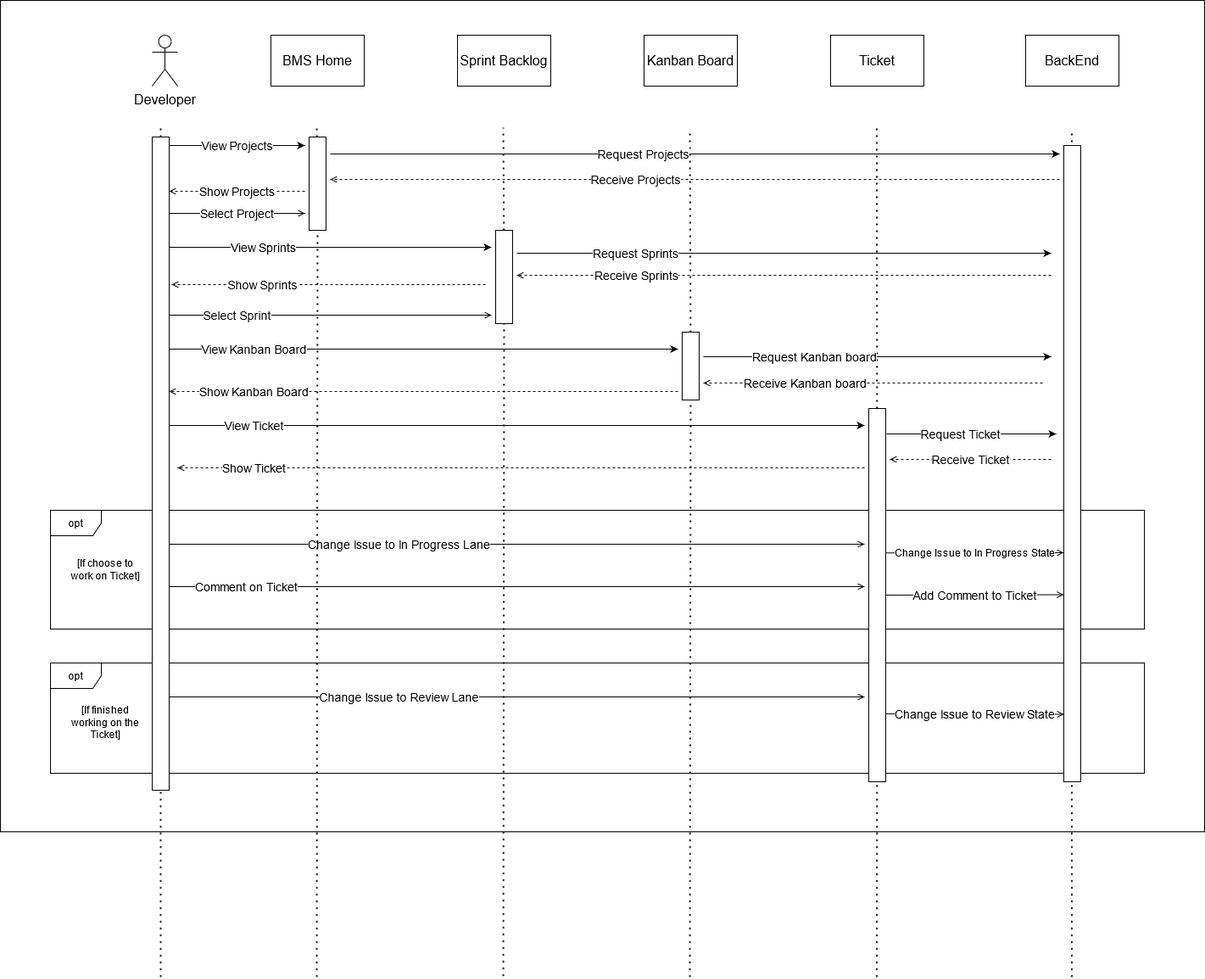
The draw.io diagram Sequence Diagrams/SequenceBMSDeveloper.png in DiWeera98/IN2900Docs, before a commit. Source tidied: cells renumbered, new cells last; positions are measured from the earlier drawing's top-left corner, leaving out a move shared by most shapes.
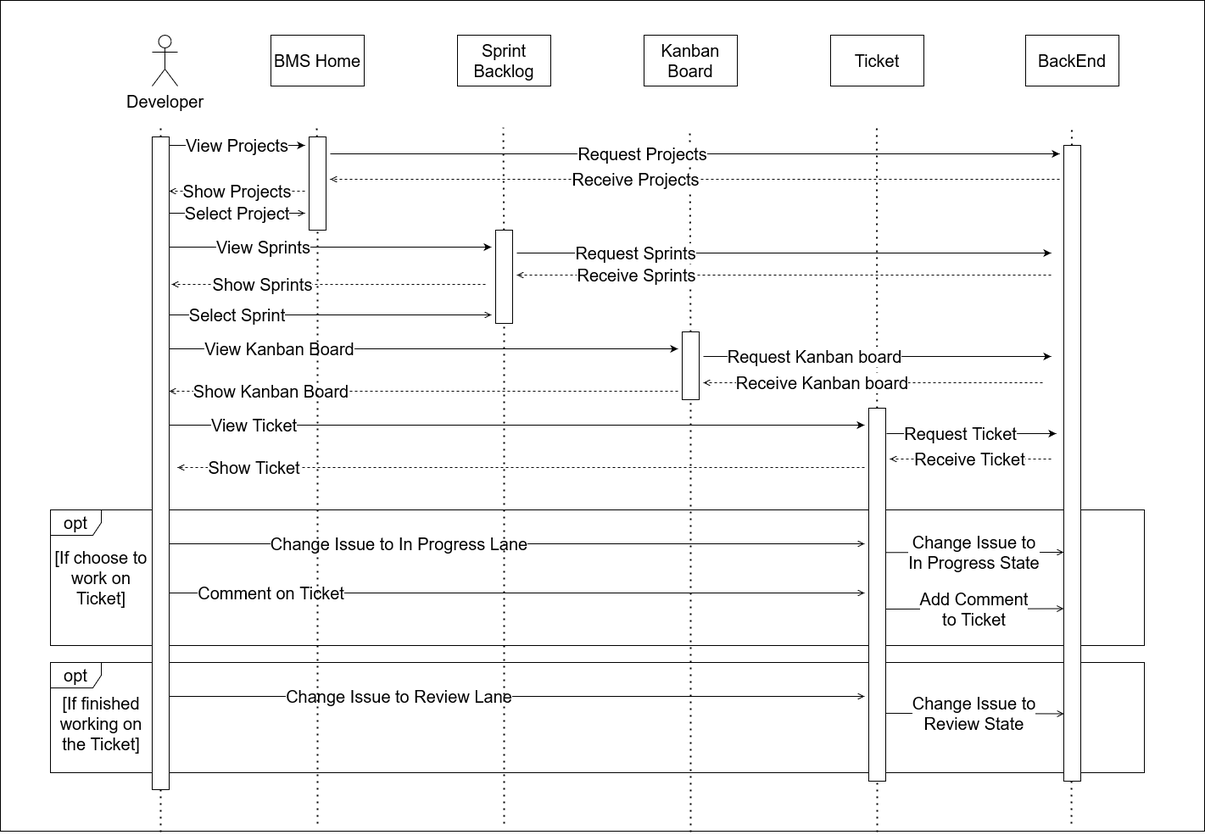
After the commit.

Diff of the diagram source:
```diff
@@ -4,24 +4,24 @@
     <mxCell id="1" parent="0" />
-    <mxCell id="2" style="rounded=0;whiteSpace=wrap;html=1;fontSize=14;" parent="1" vertex="1">
+    <mxCell id="2" style="rounded=0;whiteSpace=wrap;html=1;fontSize=20;" parent="1" vertex="1">
       <mxGeometry width="1420" height="980" as="geometry" />
     </mxCell>
-    <mxCell id="3" value="opt" style="shape=umlFrame;whiteSpace=wrap;html=1;" parent="1" vertex="1">
-      <mxGeometry x="59" y="601" width="1290" height="140" as="geometry" />
+    <mxCell id="3" value="opt" style="shape=umlFrame;whiteSpace=wrap;html=1;fontSize=20;" parent="1" vertex="1">
+      <mxGeometry x="59" y="601" width="1290" height="160" as="geometry" />
     </mxCell>
-    <mxCell id="4" value="Developer" style="shape=umlActor;verticalLabelPosition=bottom;verticalAlign=top;html=1;fontSize=16;" parent="1" vertex="1">
+    <mxCell id="4" value="Developer" style="shape=umlActor;verticalLabelPosition=bottom;verticalAlign=top;html=1;fontSize=20;" parent="1" vertex="1">
       <mxGeometry x="179" y="41" width="30" height="60" as="geometry" />
     </mxCell>
-    <mxCell id="5" value="BMS Home" style="rounded=0;whiteSpace=wrap;html=1;fontSize=16;" parent="1" vertex="1">
+    <mxCell id="5" value="BMS Home" style="rounded=0;whiteSpace=wrap;html=1;fontSize=20;" parent="1" vertex="1">
       <mxGeometry x="319" y="41" width="110" height="60" as="geometry" />
     </mxCell>
-    <mxCell id="6" value="Sprint Backlog" style="rounded=0;whiteSpace=wrap;html=1;fontSize=16;" parent="1" vertex="1">
+    <mxCell id="6" value="Sprint Backlog" style="rounded=0;whiteSpace=wrap;html=1;fontSize=20;" parent="1" vertex="1">
       <mxGeometry x="539" y="41" width="110" height="60" as="geometry" />
     </mxCell>
-    <mxCell id="7" value="Kanban Board" style="rounded=0;whiteSpace=wrap;html=1;fontSize=16;" parent="1" vertex="1">
+    <mxCell id="7" value="Kanban Board" style="rounded=0;whiteSpace=wrap;html=1;fontSize=20;" parent="1" vertex="1">
       <mxGeometry x="759" y="41" width="110" height="60" as="geometry" />
     </mxCell>
-    <mxCell id="8" value="Ticket" style="rounded=0;whiteSpace=wrap;html=1;fontSize=16;" parent="1" vertex="1">
+    <mxCell id="8" value="Ticket" style="rounded=0;whiteSpace=wrap;html=1;fontSize=20;" parent="1" vertex="1">
       <mxGeometry x="979" y="41" width="110" height="60" as="geometry" />
     </mxCell>
-    <mxCell id="9" style="endArrow=none;dashed=1;html=1;dashPattern=1 3;strokeWidth=2;" parent="1" edge="1" source="43">
+    <mxCell id="9" style="endArrow=none;dashed=1;html=1;dashPattern=1 3;strokeWidth=2;fontSize=20;" parent="1" edge="1" source="43">
       <mxGeometry relative="1" as="geometry">
@@ -30,3 +30,3 @@
     </mxCell>
-    <mxCell id="10" style="endArrow=none;dashed=1;html=1;dashPattern=1 3;strokeWidth=2;" parent="1" edge="1" source="45">
+    <mxCell id="10" style="endArrow=none;dashed=1;html=1;dashPattern=1 3;strokeWidth=2;fontSize=20;" parent="1" edge="1" source="45">
       <mxGeometry relative="1" as="geometry">
@@ -35,3 +35,3 @@
     </mxCell>
-    <mxCell id="11" style="endArrow=none;dashed=1;html=1;dashPattern=1 3;strokeWidth=2;" parent="1" edge="1" source="47">
+    <mxCell id="11" style="endArrow=none;dashed=1;html=1;dashPattern=1 3;strokeWidth=2;fontSize=20;" parent="1" edge="1" source="47">
       <mxGeometry relative="1" as="geometry">
@@ -40,3 +40,3 @@
     </mxCell>
-    <mxCell id="12" style="endArrow=none;dashed=1;html=1;dashPattern=1 3;strokeWidth=2;" parent="1" edge="1" source="49">
+    <mxCell id="12" style="endArrow=none;dashed=1;html=1;dashPattern=1 3;strokeWidth=2;fontSize=20;" parent="1" edge="1" source="49">
       <mxGeometry relative="1" as="geometry">
@@ -45,3 +45,3 @@
     </mxCell>
-    <mxCell id="13" style="endArrow=none;dashed=1;html=1;dashPattern=1 3;strokeWidth=2;" parent="1" edge="1" source="51">
+    <mxCell id="13" style="endArrow=none;dashed=1;html=1;dashPattern=1 3;strokeWidth=2;fontSize=20;" parent="1" edge="1" source="51">
       <mxGeometry relative="1" as="geometry">
@@ -50,3 +50,3 @@
     </mxCell>
-    <mxCell id="14" value="View Projects" style="endArrow=classic;html=1;fontSize=14;" parent="1" edge="1">
+    <mxCell id="14" value="View Projects" style="endArrow=classic;html=1;fontSize=20;" parent="1" edge="1">
       <mxGeometry relative="1" as="geometry">
@@ -56,3 +56,3 @@
     </mxCell>
-    <mxCell id="15" value="Request Projects" style="endArrow=classic;html=1;fontSize=14;" parent="1" edge="1">
+    <mxCell id="15" value="Request Projects" style="endArrow=classic;html=1;fontSize=20;" parent="1" edge="1">
       <mxGeometry x="-0.14" relative="1" as="geometry">
@@ -62,3 +62,3 @@
     </mxCell>
-    <mxCell id="16" value="Receive Projects" style="endArrow=open;html=1;dashed=1;endFill=0;fontSize=14;" parent="1" edge="1">
+    <mxCell id="16" value="Receive Projects" style="endArrow=open;html=1;dashed=1;endFill=0;fontSize=20;" parent="1" edge="1">
       <mxGeometry x="0.16" relative="1" as="geometry">
@@ -68,3 +68,3 @@
     </mxCell>
-    <mxCell id="17" value="Show Projects" style="endArrow=open;html=1;dashed=1;endFill=0;fontSize=14;" parent="1" edge="1">
+    <mxCell id="17" value="Show Projects" style="endArrow=open;html=1;dashed=1;endFill=0;fontSize=20;" parent="1" edge="1">
       <mxGeometry relative="1" as="geometry">
@@ -74,3 +74,3 @@
     </mxCell>
-    <mxCell id="18" value="Select Project" style="endArrow=open;html=1;endFill=0;fontSize=14;" parent="1" edge="1">
+    <mxCell id="18" value="Select Project" style="endArrow=open;html=1;endFill=0;fontSize=20;" parent="1" edge="1">
       <mxGeometry relative="1" as="geometry">
@@ -80,3 +80,3 @@
     </mxCell>
-    <mxCell id="19" value="View Sprints" style="endArrow=classic;html=1;fontSize=14;" parent="1" edge="1">
+    <mxCell id="19" value="View Sprints" style="endArrow=classic;html=1;fontSize=20;" parent="1" edge="1">
       <mxGeometry x="-0.42" relative="1" as="geometry">
@@ -87,3 +87,3 @@
     </mxCell>
-    <mxCell id="20" value="Request Sprints" style="endArrow=classic;html=1;fontSize=14;" parent="1" edge="1">
+    <mxCell id="20" value="Request Sprints" style="endArrow=classic;html=1;fontSize=20;" parent="1" edge="1">
       <mxGeometry x="-0.56" relative="1" as="geometry">
@@ -93,3 +93,3 @@
     </mxCell>
-    <mxCell id="21" value="Receive Sprints" style="endArrow=open;html=1;dashed=1;endFill=0;fontSize=14;" parent="1" edge="1">
+    <mxCell id="21" value="Receive Sprints" style="endArrow=open;html=1;dashed=1;endFill=0;fontSize=20;" parent="1" edge="1">
       <mxGeometry x="0.56" relative="1" as="geometry">
@@ -100,3 +100,3 @@
     </mxCell>
-    <mxCell id="22" value="Show Sprints" style="endArrow=open;html=1;dashed=1;endFill=0;fontSize=14;" parent="1" edge="1">
+    <mxCell id="22" value="Show Sprints" style="endArrow=open;html=1;dashed=1;endFill=0;fontSize=20;" parent="1" edge="1">
       <mxGeometry x="0.41" relative="1" as="geometry">
@@ -107,3 +107,3 @@
     </mxCell>
-    <mxCell id="23" value="Select Sprint" style="endArrow=open;html=1;endFill=0;fontSize=14;" parent="1" edge="1">
+    <mxCell id="23" value="Select Sprint" style="endArrow=open;html=1;endFill=0;fontSize=20;" parent="1" edge="1">
       <mxGeometry x="-0.58" relative="1" as="geometry">
@@ -113,4 +113,4 @@
     </mxCell>
-    <mxCell id="24" value="View Kanban Board" style="endArrow=classic;html=1;fontSize=14;" parent="1" edge="1">
-      <mxGeometry x="-0.67" relative="1" as="geometry">
+    <mxCell id="24" value="View Kanban Board" style="endArrow=classic;html=1;fontSize=20;" parent="1" edge="1">
+      <mxGeometry x="-0.57" relative="1" as="geometry">
         <mxPoint x="199" y="411" as="sourcePoint" />
@@ -119,3 +119,3 @@
     </mxCell>
-    <mxCell id="25" value="Request Kanban board" style="endArrow=classic;html=1;fontSize=14;" parent="1" edge="1">
+    <mxCell id="25" value="Request Kanban board" style="endArrow=classic;html=1;fontSize=20;" parent="1" edge="1">
       <mxGeometry x="-0.37" relative="1" as="geometry">
@@ -126,4 +126,4 @@
     </mxCell>
-    <mxCell id="26" value="Receive Kanban board" style="endArrow=open;html=1;dashed=1;endFill=0;fontSize=14;" parent="1" edge="1">
-      <mxGeometry x="0.4" relative="1" as="geometry">
+    <mxCell id="26" value="Receive Kanban board" style="endArrow=open;html=1;dashed=1;endFill=0;fontSize=20;" parent="1" edge="1">
+      <mxGeometry x="0.3" relative="1" as="geometry">
         <mxPoint x="1229" y="451" as="sourcePoint" />
@@ -132,4 +132,4 @@
     </mxCell>
-    <mxCell id="27" value="Show Kanban Board" style="endArrow=open;html=1;dashed=1;endFill=0;fontSize=14;" parent="1" edge="1">
-      <mxGeometry x="0.67" relative="1" as="geometry">
+    <mxCell id="27" value="Show Kanban Board" style="endArrow=open;html=1;dashed=1;endFill=0;fontSize=20;" parent="1" edge="1">
+      <mxGeometry x="0.6" relative="1" as="geometry">
         <mxPoint x="799" y="461" as="sourcePoint" />
@@ -138,8 +138,8 @@
     </mxCell>
-    <mxCell id="28" value="BackEnd" style="rounded=0;whiteSpace=wrap;html=1;fontSize=16;" parent="1" vertex="1">
+    <mxCell id="28" value="BackEnd" style="rounded=0;whiteSpace=wrap;html=1;fontSize=20;" parent="1" vertex="1">
       <mxGeometry x="1209" y="41" width="110" height="60" as="geometry" />
     </mxCell>
-    <mxCell id="29" style="endArrow=none;dashed=1;html=1;dashPattern=1 3;strokeWidth=2;" parent="1" edge="1">
+    <mxCell id="29" style="endArrow=none;dashed=1;html=1;dashPattern=1 3;strokeWidth=2;fontSize=20;" parent="1" edge="1">
       <mxGeometry relative="1" as="geometry">
-        <mxPoint x="1263.4" y="1151" as="sourcePoint" />
+        <mxPoint x="1263" y="971" as="sourcePoint" />
         <mxPoint x="1263.4" y="151" as="targetPoint" />
@@ -147,3 +147,3 @@
     </mxCell>
-    <mxCell id="30" value="View Ticket" style="endArrow=classic;html=1;fontSize=14;" parent="1" edge="1">
+    <mxCell id="30" value="View Ticket" style="endArrow=classic;html=1;fontSize=20;" parent="1" edge="1">
       <mxGeometry x="-0.76" relative="1" as="geometry">
@@ -153,3 +153,3 @@
     </mxCell>
-    <mxCell id="31" value="Request Ticket" style="endArrow=classic;html=1;fontSize=14;" parent="1" edge="1">
+    <mxCell id="31" value="Request Ticket" style="endArrow=classic;html=1;fontSize=20;" parent="1" edge="1">
       <mxGeometry x="-0.12" relative="1" as="geometry">
@@ -160,3 +160,3 @@
     </mxCell>
-    <mxCell id="32" value="Receive Ticket" style="endArrow=open;html=1;dashed=1;endFill=0;fontSize=14;" parent="1" edge="1">
+    <mxCell id="32" value="Receive Ticket" style="endArrow=open;html=1;dashed=1;endFill=0;fontSize=20;" parent="1" edge="1">
       <mxGeometry relative="1" as="geometry">
@@ -166,3 +166,3 @@
     </mxCell>
-    <mxCell id="33" value="Show Ticket" style="endArrow=open;html=1;dashed=1;endFill=0;fontSize=14;" parent="1" edge="1">
+    <mxCell id="33" value="Show Ticket" style="endArrow=open;html=1;dashed=1;endFill=0;fontSize=20;" parent="1" edge="1">
       <mxGeometry x="0.78" relative="1" as="geometry">
@@ -172,16 +172,18 @@
     </mxCell>
-    <mxCell id="34" value="Comment on Ticket" style="endArrow=open;html=1;endFill=0;fontSize=14;" parent="1" edge="1">
-      <mxGeometry x="-0.78" relative="1" as="geometry">
-        <mxPoint x="199" y="691" as="sourcePoint" />
-        <mxPoint x="1019" y="691" as="targetPoint" />
-        <mxPoint x="1" as="offset" />
+    <mxCell id="34" value="Comment on Ticket" style="endArrow=open;html=1;endFill=0;fontSize=20;" parent="1" edge="1">
+      <mxGeometry x="-0.71" relative="1" as="geometry">
+        <mxPoint x="199" y="699" as="sourcePoint" />
+        <mxPoint x="1019" y="699" as="targetPoint" />
       </mxGeometry>
     </mxCell>
-    <mxCell id="35" value="Add Comment to Ticket" style="endArrow=open;html=1;endFill=0;fontSize=14;entryX=-0.006;entryY=0.706;entryDx=0;entryDy=0;entryPerimeter=0;exitX=1;exitY=0.5;exitDx=0;exitDy=0;" parent="1" edge="1" source="51" target="53">
-      <mxGeometry relative="1" as="geometry" />
+    <mxCell id="35" value="Add Comment &lt;br&gt;to Ticket" style="endArrow=open;html=1;endFill=0;fontSize=20;entryX=-0.006;entryY=0.706;entryDx=0;entryDy=0;entryPerimeter=0;exitX=1;exitY=0.5;exitDx=0;exitDy=0;" parent="1" edge="1">
+      <mxGeometry relative="1" as="geometry">
+        <mxPoint x="1044" y="718" as="sourcePoint" />
+        <mxPoint x="1253.9" y="717.5" as="targetPoint" />
+      </mxGeometry>
     </mxCell>
-    <mxCell id="36" value="[If choose to work on Ticket]" style="text;html=1;strokeColor=none;fillColor=none;align=center;verticalAlign=middle;whiteSpace=wrap;rounded=0;" parent="1" vertex="1">
-      <mxGeometry x="79" y="661" width="90" height="20" as="geometry" />
+    <mxCell id="36" value="[If choose to work on Ticket]" style="text;html=1;strokeColor=none;fillColor=none;align=center;verticalAlign=middle;whiteSpace=wrap;rounded=0;fontSize=20;" parent="1" vertex="1">
+      <mxGeometry x="59" y="671" width="120" height="20" as="geometry" />
     </mxCell>
-    <mxCell id="37" value="Change Issue to In Progress Lane" style="endArrow=open;html=1;endFill=0;fontSize=14;" parent="1" edge="1">
+    <mxCell id="37" value="Change Issue to In Progress Lane" style="endArrow=open;html=1;endFill=0;fontSize=20;" parent="1" edge="1">
       <mxGeometry x="-0.34" relative="1" as="geometry">
@@ -192,12 +194,12 @@
     </mxCell>
-    <mxCell id="38" value="Change Issue to In Progress State" style="endArrow=open;html=1;endFill=0;fontSize=12;entryX=-0.006;entryY=0.64;entryDx=0;entryDy=0;entryPerimeter=0;exitX=1.01;exitY=0.387;exitDx=0;exitDy=0;exitPerimeter=0;" parent="1" edge="1" source="51" target="53">
+    <mxCell id="38" value="Change Issue to&lt;br&gt; In Progress State" style="endArrow=open;html=1;endFill=0;fontSize=20;entryX=-0.006;entryY=0.64;entryDx=0;entryDy=0;entryPerimeter=0;exitX=1.01;exitY=0.387;exitDx=0;exitDy=0;exitPerimeter=0;" parent="1" edge="1" source="51" target="53">
       <mxGeometry relative="1" as="geometry" />
     </mxCell>
-    <mxCell id="39" value="opt" style="shape=umlFrame;whiteSpace=wrap;html=1;" parent="1" vertex="1">
+    <mxCell id="39" value="opt" style="shape=umlFrame;whiteSpace=wrap;html=1;fontSize=20;" parent="1" vertex="1">
       <mxGeometry x="59" y="781" width="1290" height="130" as="geometry" />
     </mxCell>
-    <mxCell id="40" value="[If finished working on the Ticket]" style="text;html=1;strokeColor=none;fillColor=none;align=center;verticalAlign=middle;whiteSpace=wrap;rounded=0;" parent="1" vertex="1">
-      <mxGeometry x="79" y="841" width="90" height="20" as="geometry" />
+    <mxCell id="40" value="[If finished working on the Ticket]" style="text;html=1;strokeColor=none;fillColor=none;align=center;verticalAlign=middle;whiteSpace=wrap;rounded=0;fontSize=20;" parent="1" vertex="1">
+      <mxGeometry x="69" y="843" width="100" height="20" as="geometry" />
     </mxCell>
-    <mxCell id="41" value="Change Issue to Review Lane" style="endArrow=open;html=1;endFill=0;fontSize=14;" parent="1" edge="1">
+    <mxCell id="41" value="Change Issue to Review Lane" style="endArrow=open;html=1;endFill=0;fontSize=20;" parent="1" edge="1">
       <mxGeometry x="-0.34" relative="1" as="geometry">
@@ -208,46 +210,46 @@
     </mxCell>
-    <mxCell id="42" value="Change Issue to Review State" style="endArrow=open;html=1;endFill=0;fontSize=14;entryX=0.01;entryY=0.894;entryDx=0;entryDy=0;entryPerimeter=0;exitX=1.014;exitY=0.818;exitDx=0;exitDy=0;exitPerimeter=0;" parent="1" edge="1" source="51" target="53">
+    <mxCell id="42" value="Change Issue to &lt;br&gt;Review State" style="endArrow=open;html=1;endFill=0;fontSize=20;entryX=0.01;entryY=0.894;entryDx=0;entryDy=0;entryPerimeter=0;exitX=1.014;exitY=0.818;exitDx=0;exitDy=0;exitPerimeter=0;" parent="1" edge="1" source="51" target="53">
       <mxGeometry relative="1" as="geometry" />
     </mxCell>
-    <mxCell id="43" style="rounded=0;whiteSpace=wrap;html=1;" parent="1" vertex="1">
+    <mxCell id="43" style="rounded=0;whiteSpace=wrap;html=1;fontSize=20;" parent="1" vertex="1">
       <mxGeometry x="179" y="161" width="20" height="770" as="geometry" />
     </mxCell>
-    <mxCell id="44" style="endArrow=none;dashed=1;html=1;dashPattern=1 3;strokeWidth=2;" parent="1" edge="1" target="43">
+    <mxCell id="44" style="endArrow=none;dashed=1;html=1;dashPattern=1 3;strokeWidth=2;fontSize=20;" parent="1" edge="1" target="43">
       <mxGeometry relative="1" as="geometry">
-        <mxPoint x="189" y="1151" as="sourcePoint" />
+        <mxPoint x="189" y="981" as="sourcePoint" />
       </mxGeometry>
     </mxCell>
-    <mxCell id="45" style="rounded=0;whiteSpace=wrap;html=1;" parent="1" vertex="1">
+    <mxCell id="45" style="rounded=0;whiteSpace=wrap;html=1;fontSize=20;" parent="1" vertex="1">
       <mxGeometry x="364" y="161" width="20" height="110" as="geometry" />
     </mxCell>
-    <mxCell id="46" style="endArrow=none;dashed=1;html=1;dashPattern=1 3;strokeWidth=2;" parent="1" edge="1" target="45">
+    <mxCell id="46" style="endArrow=none;dashed=1;html=1;dashPattern=1 3;strokeWidth=2;fontSize=20;" parent="1" edge="1" target="45">
       <mxGeometry relative="1" as="geometry">
-        <mxPoint x="373" y="1151" as="sourcePoint" />
+        <mxPoint x="374" y="971" as="sourcePoint" />
       </mxGeometry>
     </mxCell>
-    <mxCell id="47" style="rounded=0;whiteSpace=wrap;html=1;" parent="1" vertex="1">
+    <mxCell id="47" style="rounded=0;whiteSpace=wrap;html=1;fontSize=20;" parent="1" vertex="1">
       <mxGeometry x="584" y="271" width="20" height="110" as="geometry" />
     </mxCell>
-    <mxCell id="48" style="endArrow=none;dashed=1;html=1;dashPattern=1 3;strokeWidth=2;" parent="1" edge="1" target="47">
+    <mxCell id="48" style="endArrow=none;dashed=1;html=1;dashPattern=1 3;strokeWidth=2;fontSize=20;" parent="1" edge="1" target="47">
       <mxGeometry relative="1" as="geometry">
-        <mxPoint x="593" y="1150" as="sourcePoint" />
+        <mxPoint x="594" y="971" as="sourcePoint" />
       </mxGeometry>
     </mxCell>
-    <mxCell id="49" style="rounded=0;whiteSpace=wrap;html=1;" parent="1" vertex="1">
+    <mxCell id="49" style="rounded=0;whiteSpace=wrap;html=1;fontSize=20;" parent="1" vertex="1">
       <mxGeometry x="804" y="391" width="20" height="80" as="geometry" />
     </mxCell>
-    <mxCell id="50" style="endArrow=none;dashed=1;html=1;dashPattern=1 3;strokeWidth=2;" parent="1" edge="1" target="49">
+    <mxCell id="50" style="endArrow=none;dashed=1;html=1;dashPattern=1 3;strokeWidth=2;fontSize=20;" parent="1" edge="1" target="49">
       <mxGeometry relative="1" as="geometry">
-        <mxPoint x="813" y="1151" as="sourcePoint" />
+        <mxPoint x="814" y="981" as="sourcePoint" />
       </mxGeometry>
     </mxCell>
-    <mxCell id="51" style="rounded=0;whiteSpace=wrap;html=1;" parent="1" vertex="1">
+    <mxCell id="51" style="rounded=0;whiteSpace=wrap;html=1;fontSize=20;" parent="1" vertex="1">
       <mxGeometry x="1024" y="481" width="20" height="440" as="geometry" />
     </mxCell>
-    <mxCell id="52" style="endArrow=none;dashed=1;html=1;dashPattern=1 3;strokeWidth=2;" parent="1" edge="1" target="51">
+    <mxCell id="52" style="endArrow=none;dashed=1;html=1;dashPattern=1 3;strokeWidth=2;fontSize=20;" parent="1" edge="1" target="51">
       <mxGeometry relative="1" as="geometry">
-        <mxPoint x="1033.4" y="1151" as="sourcePoint" />
+        <mxPoint x="1034" y="981" as="sourcePoint" />
       </mxGeometry>
     </mxCell>
-    <mxCell id="53" style="rounded=0;whiteSpace=wrap;html=1;" parent="1" vertex="1">
+    <mxCell id="53" style="rounded=0;whiteSpace=wrap;html=1;fontSize=20;" parent="1" vertex="1">
       <mxGeometry x="1254" y="171" width="20" height="750" as="geometry" />
```
